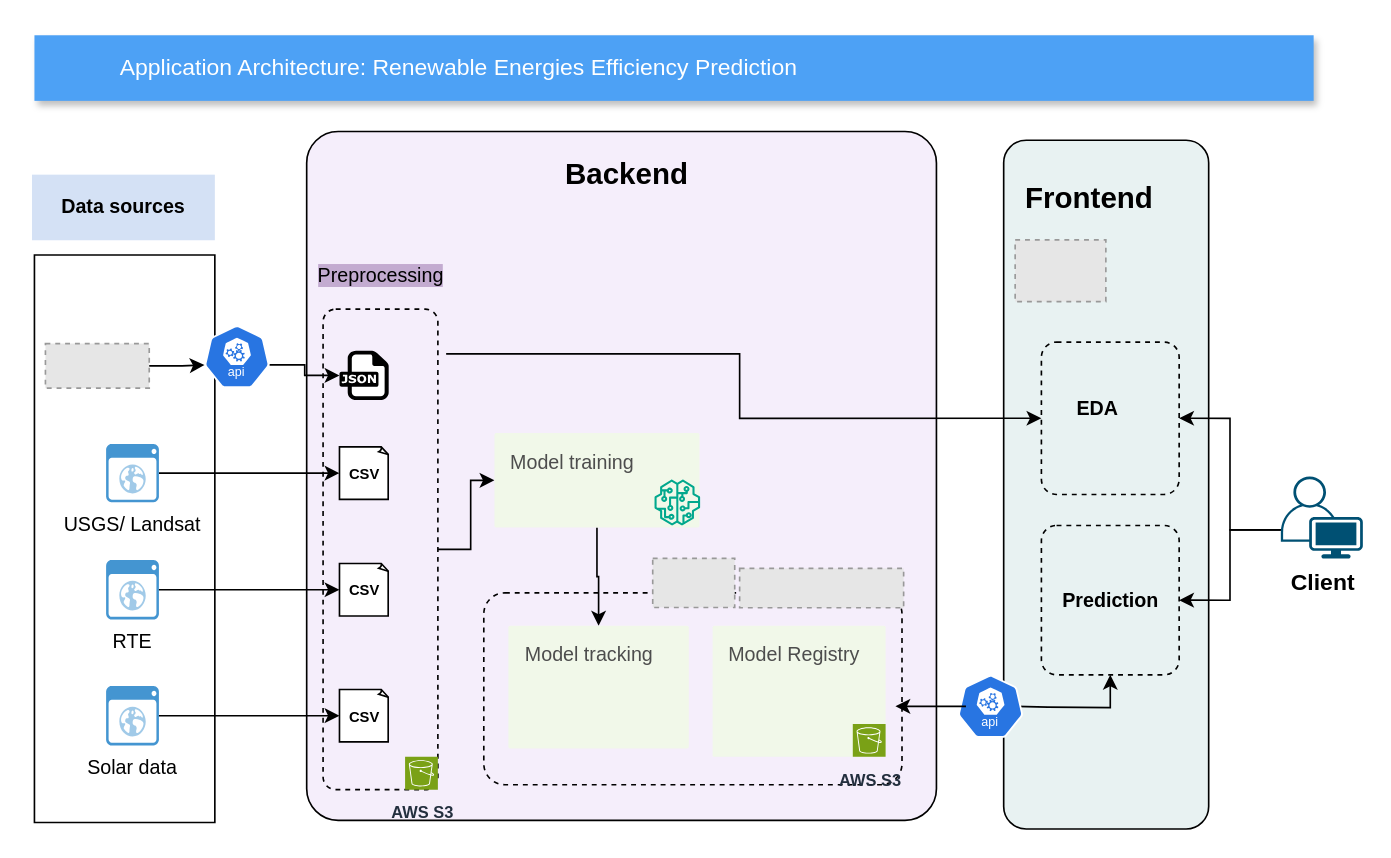
Above: diagrams/architecture.drawio in Sheikoh/REnergies_efficiency_prediction (draw.io), before the change. Source tidied: cells renumbered, new cells numbered last; positions are measured from the earlier drawing's top-left corner, leaving out a move shared by most shapes. Both pictures are drawn from the tidied source at 164%, with x=0, y=0 at pixel (31, 34). Pictures stored in the file or linked from it are replaced by grey dashed boxes.
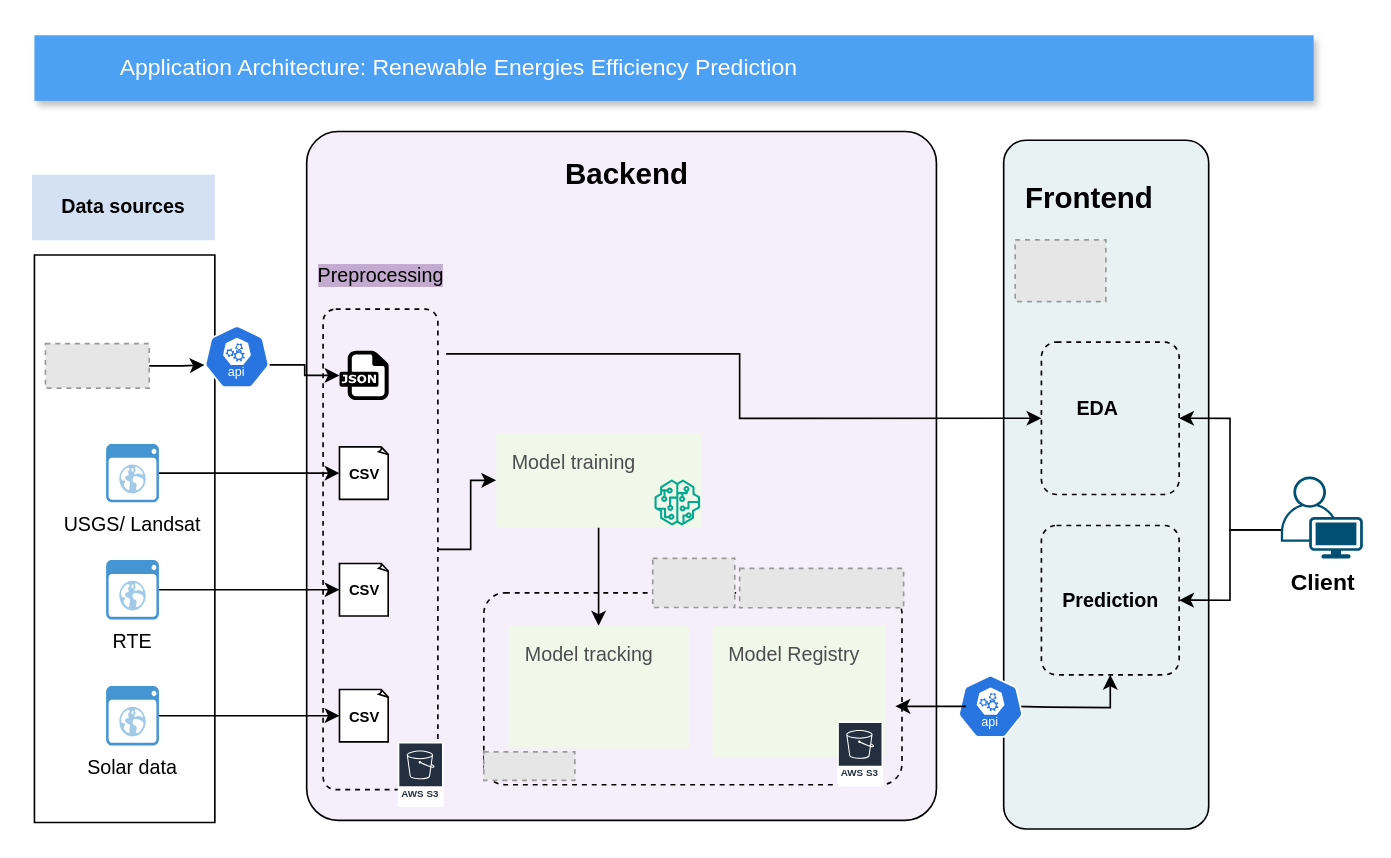
The same diagram, later.

The edit, as a diff of the source:
```diff
@@
     <mxCell id="8" value="&lt;font style=&quot;color: rgb(77, 77, 77);&quot;&gt;Model training&lt;/font&gt;" style="rounded=1;absoluteArcSize=1;arcSize=2;html=1;strokeColor=none;gradientColor=none;shadow=0;dashed=0;strokeColor=none;fontSize=12;fontColor=#9E9E9E;align=left;verticalAlign=top;spacing=10;spacingTop=-4;fillColor=#F1F8E9;" parent="1" vertex="1">
-      <mxGeometry x="282" y="242.6" width="125" height="57.5" as="geometry" />
+      <mxGeometry x="283" y="242.6" width="125" height="57.5" as="geometry" />
     </mxCell>
@@
-    <mxCell id="44" value="&lt;font style=&quot;font-size: 10px;&quot;&gt;&lt;b&gt;AWS&amp;nbsp;&lt;/b&gt;&lt;b style=&quot;background-color: transparent; color: light-dark(rgb(35, 47, 62), rgb(189, 199, 212));&quot;&gt;S3&lt;/b&gt;&lt;/font&gt;" style="sketch=0;fontColor=#232F3E;fillColor=#7AA116;strokeColor=#ffffff;dashed=0;verticalLabelPosition=bottom;verticalAlign=top;align=center;html=1;fontSize=12;fontStyle=0;shape=mxgraph.aws4.resourceIcon;resIcon=mxgraph.aws4.s3;" parent="1" vertex="1">
-      <mxGeometry x="227.5" y="440" width="20" height="20" as="geometry" />
-    </mxCell>
-    <mxCell id="45" value="&lt;font style=&quot;font-size: 10px;&quot;&gt;&lt;b&gt;AWS&amp;nbsp;&lt;/b&gt;&lt;b style=&quot;background-color: transparent; color: light-dark(rgb(35, 47, 62), rgb(189, 199, 212));&quot;&gt;S3&lt;/b&gt;&lt;/font&gt;" style="sketch=0;fontColor=#232F3E;fillColor=#7AA116;strokeColor=#ffffff;dashed=0;verticalLabelPosition=bottom;verticalAlign=top;align=center;html=1;fontSize=12;fontStyle=0;shape=mxgraph.aws4.resourceIcon;resIcon=mxgraph.aws4.s3;" parent="1" vertex="1">
-      <mxGeometry x="500.5" y="420" width="20" height="20" as="geometry" />
-    </mxCell>
@@
+    <mxCell id="48" style="fillColor=#E6E6E6;strokeColor=#999999;dashed=1;verticalLabelPosition=bottom;labelBackgroundColor=default;verticalAlign=top;" parent="1" vertex="1">
+      <mxGeometry x="275.5" y="437" width="55.5" height="17.3" as="geometry" />
+    </mxCell>
+    <mxCell id="49" value="&lt;font style=&quot;font-size: 6px;&quot;&gt;AWS S3&lt;/font&gt;" style="sketch=0;fontColor=#232F3E;gradientColor=none;strokeColor=#ffffff;fillColor=#232F3E;dashed=0;verticalLabelPosition=middle;verticalAlign=bottom;align=center;html=1;whiteSpace=wrap;fontSize=10;fontStyle=1;spacing=3;shape=mxgraph.aws4.productIcon;prIcon=mxgraph.aws4.s3;" parent="1" vertex="1">
+      <mxGeometry x="491" y="418.4" width="28" height="39.6" as="geometry" />
+    </mxCell>
+    <mxCell id="50" value="&lt;font style=&quot;font-size: 6px;&quot;&gt;AWS S3&lt;/font&gt;" style="sketch=0;fontColor=#232F3E;gradientColor=none;strokeColor=#ffffff;fillColor=#232F3E;dashed=0;verticalLabelPosition=middle;verticalAlign=bottom;align=center;html=1;whiteSpace=wrap;fontSize=10;fontStyle=1;spacing=3;shape=mxgraph.aws4.productIcon;prIcon=mxgraph.aws4.s3;" parent="1" vertex="1">
+      <mxGeometry x="223" y="430.9" width="28" height="39.6" as="geometry" />
+    </mxCell>
```
